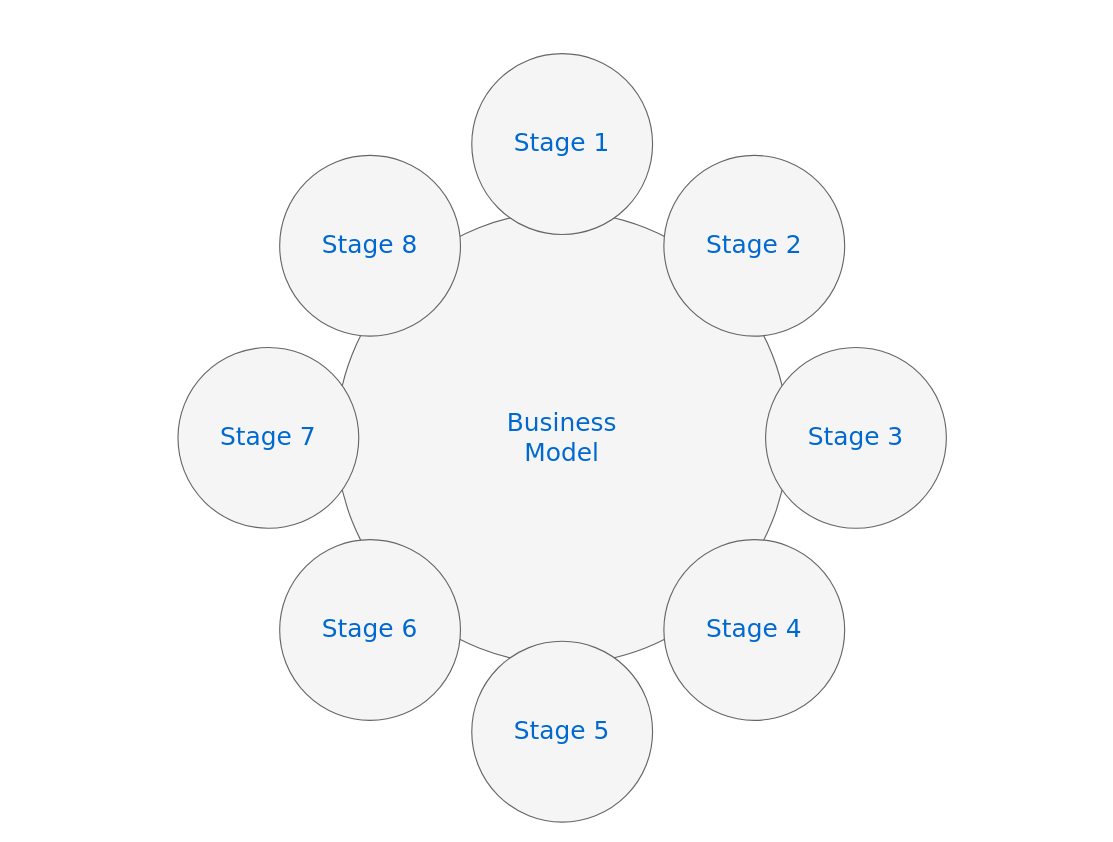
This is Untitled Diagram.drawio from lcw650/lcw2, a draw.io file, before an edit. Source tidied: cells renumbered, new cells numbered last; positions are measured from the earlier drawing's top-left corner, leaving out a move shared by most shapes. Both pictures are drawn from the tidied source at 113%, with x=0, y=0 at pixel (177, 53).
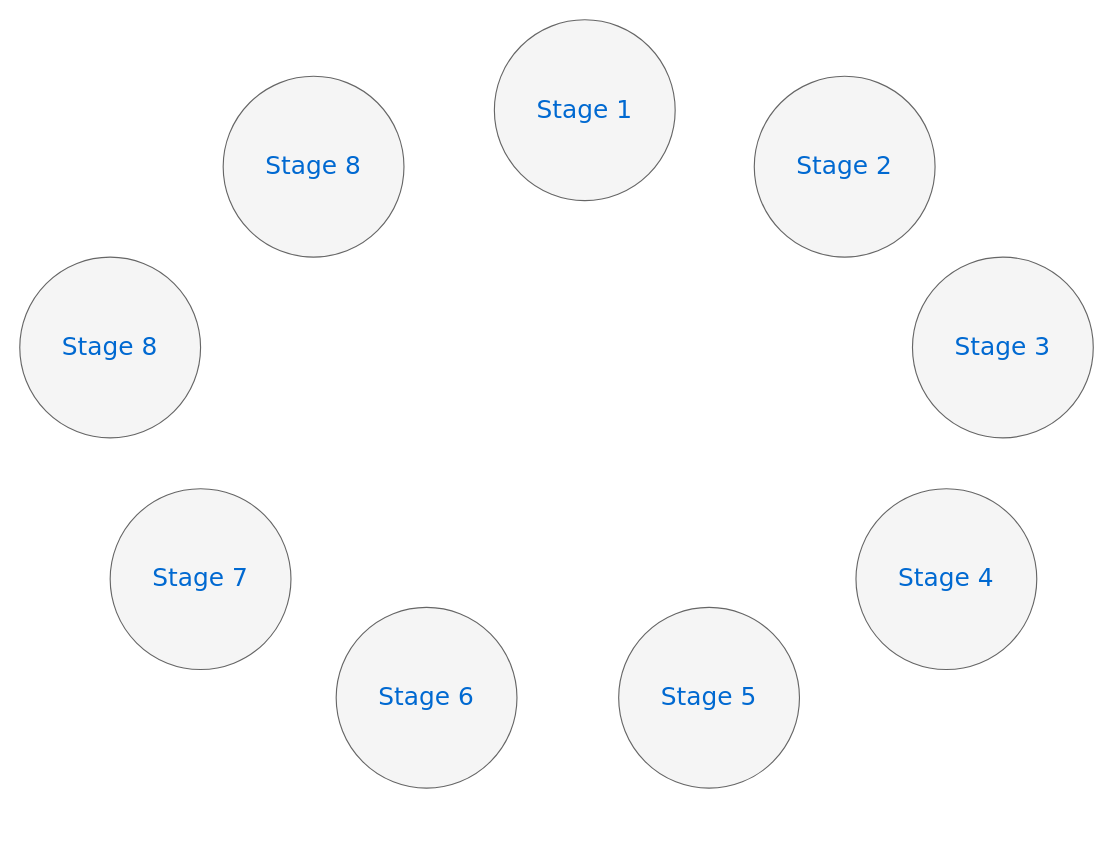
The same diagram, later.

Commit message:
State Diagram

The edit, as a diff of the source:
```diff
@@
 <mxGraphModel>
   <root>
     <mxCell id="0" />
     <mxCell id="1" parent="0" />
-    <mxCell id="2" value="Business&lt;div&gt;Model&lt;/div&gt;" style="ellipse;whiteSpace=wrap;html=1;rounded=0;shadow=0;dashed=0;comic=0;fontFamily=Verdana;fontSize=22;fontColor=#0069D1;fillColor=#f5f5f5;strokeColor=#666666;" parent="1" vertex="1">
-      <mxGeometry x="140" y="140" width="400" height="400" as="geometry" />
-    </mxCell>
     <mxCell id="3" value="Stage 1" style="ellipse;whiteSpace=wrap;html=1;rounded=0;shadow=0;dashed=0;comic=0;fontFamily=Verdana;fontSize=22;fontColor=#0069D1;fillColor=#f5f5f5;strokeColor=#666666;" parent="1" vertex="1">
-      <mxGeometry x="260" width="160" height="160" as="geometry" />
+      <mxGeometry x="280" y="-30" width="160" height="160" as="geometry" />
     </mxCell>
     <mxCell id="4" value="Stage 5" style="ellipse;whiteSpace=wrap;html=1;rounded=0;shadow=0;dashed=0;comic=0;fontFamily=Verdana;fontSize=22;fontColor=#0069D1;fillColor=#f5f5f5;strokeColor=#666666;" parent="1" vertex="1">
-      <mxGeometry x="260" y="520" width="160" height="160" as="geometry" />
+      <mxGeometry x="390" y="490" width="160" height="160" as="geometry" />
     </mxCell>
     <mxCell id="5" value="Stage 3" style="ellipse;whiteSpace=wrap;html=1;rounded=0;shadow=0;dashed=0;comic=0;fontFamily=Verdana;fontSize=22;fontColor=#0069D1;fillColor=#f5f5f5;strokeColor=#666666;" parent="1" vertex="1">
-      <mxGeometry x="520" y="260" width="160" height="160" as="geometry" />
+      <mxGeometry x="650" y="180" width="160" height="160" as="geometry" />
     </mxCell>
     <mxCell id="6" value="Stage 7" style="ellipse;whiteSpace=wrap;html=1;rounded=0;shadow=0;dashed=0;comic=0;fontFamily=Verdana;fontSize=22;fontColor=#0069D1;fillColor=#f5f5f5;strokeColor=#666666;" parent="1" vertex="1">
-      <mxGeometry y="260" width="160" height="160" as="geometry" />
+      <mxGeometry x="-60" y="385" width="160" height="160" as="geometry" />
     </mxCell>
     <mxCell id="7" value="Stage 8" style="ellipse;whiteSpace=wrap;html=1;rounded=0;shadow=0;dashed=0;comic=0;fontFamily=Verdana;fontSize=22;fontColor=#0069D1;fillColor=#f5f5f5;strokeColor=#666666;" parent="1" vertex="1">
-      <mxGeometry x="90" y="90" width="160" height="160" as="geometry" />
+      <mxGeometry x="-140" y="180" width="160" height="160" as="geometry" />
     </mxCell>
     <mxCell id="8" value="Stage 2" style="ellipse;whiteSpace=wrap;html=1;rounded=0;shadow=0;dashed=0;comic=0;fontFamily=Verdana;fontSize=22;fontColor=#0069D1;fillColor=#f5f5f5;strokeColor=#666666;" parent="1" vertex="1">
-      <mxGeometry x="430" y="90" width="160" height="160" as="geometry" />
+      <mxGeometry x="510" y="20" width="160" height="160" as="geometry" />
     </mxCell>
     <mxCell id="9" value="Stage 4" style="ellipse;whiteSpace=wrap;html=1;rounded=0;shadow=0;dashed=0;comic=0;fontFamily=Verdana;fontSize=22;fontColor=#0069D1;fillColor=#f5f5f5;strokeColor=#666666;" parent="1" vertex="1">
-      <mxGeometry x="430" y="430" width="160" height="160" as="geometry" />
+      <mxGeometry x="600" y="385" width="160" height="160" as="geometry" />
     </mxCell>
     <mxCell id="10" value="Stage 6" style="ellipse;whiteSpace=wrap;html=1;rounded=0;shadow=0;dashed=0;comic=0;fontFamily=Verdana;fontSize=22;fontColor=#0069D1;fillColor=#f5f5f5;strokeColor=#666666;" parent="1" vertex="1">
-      <mxGeometry x="90" y="430" width="160" height="160" as="geometry" />
+      <mxGeometry x="140" y="490" width="160" height="160" as="geometry" />
     </mxCell>
+    <mxCell id="11" value="Stage 8" style="ellipse;whiteSpace=wrap;html=1;rounded=0;shadow=0;dashed=0;comic=0;fontFamily=Verdana;fontSize=22;fontColor=#0069D1;fillColor=#f5f5f5;strokeColor=#666666;" parent="1" vertex="1">
+      <mxGeometry x="40" y="20" width="160" height="160" as="geometry" />
+    </mxCell>
   </root>
 </mxGraphModel>
```
